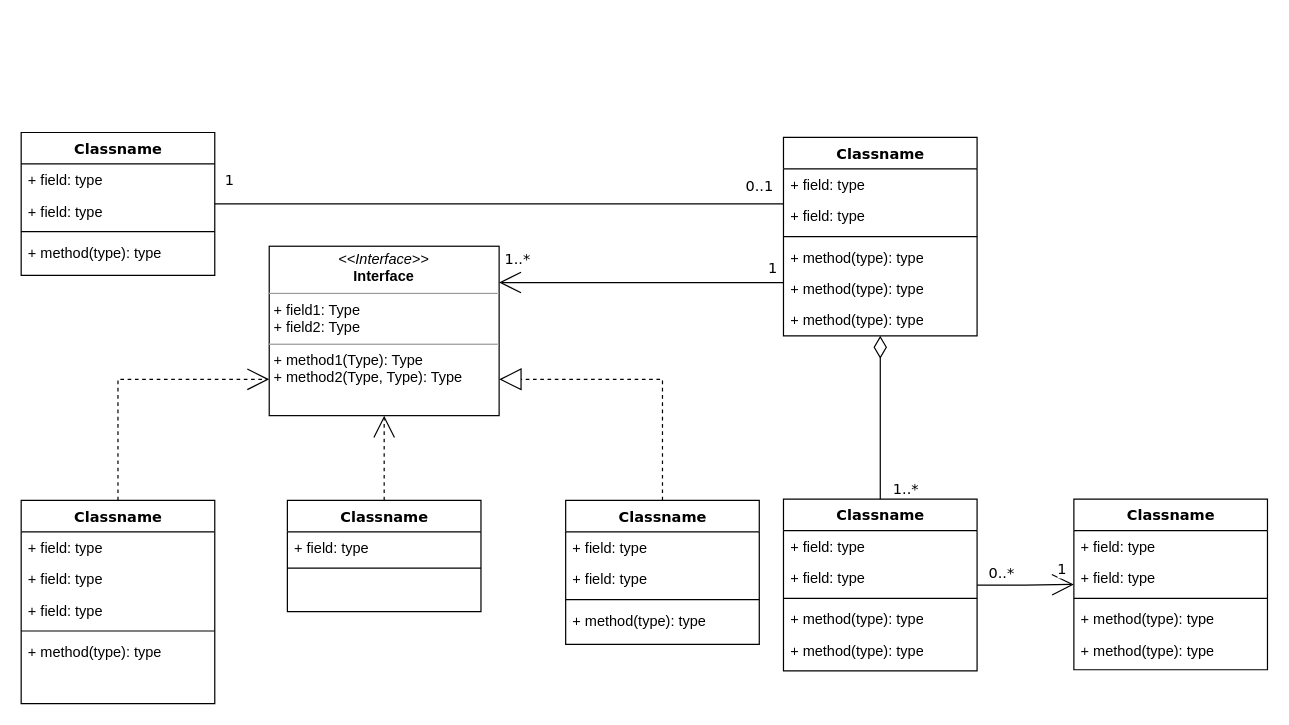
ermessonlima/react360 keeps this draw.io diagram as Untitled Diagmmram.drawio. Above is the earlier version. Source tidied: cells renumbered, new cells numbered last; positions are measured from the earlier drawing's top-left corner, leaving out a move shared by most shapes. Both pictures are drawn from the tidied source at 121%, with x=0, y=0 at pixel (21, 132).
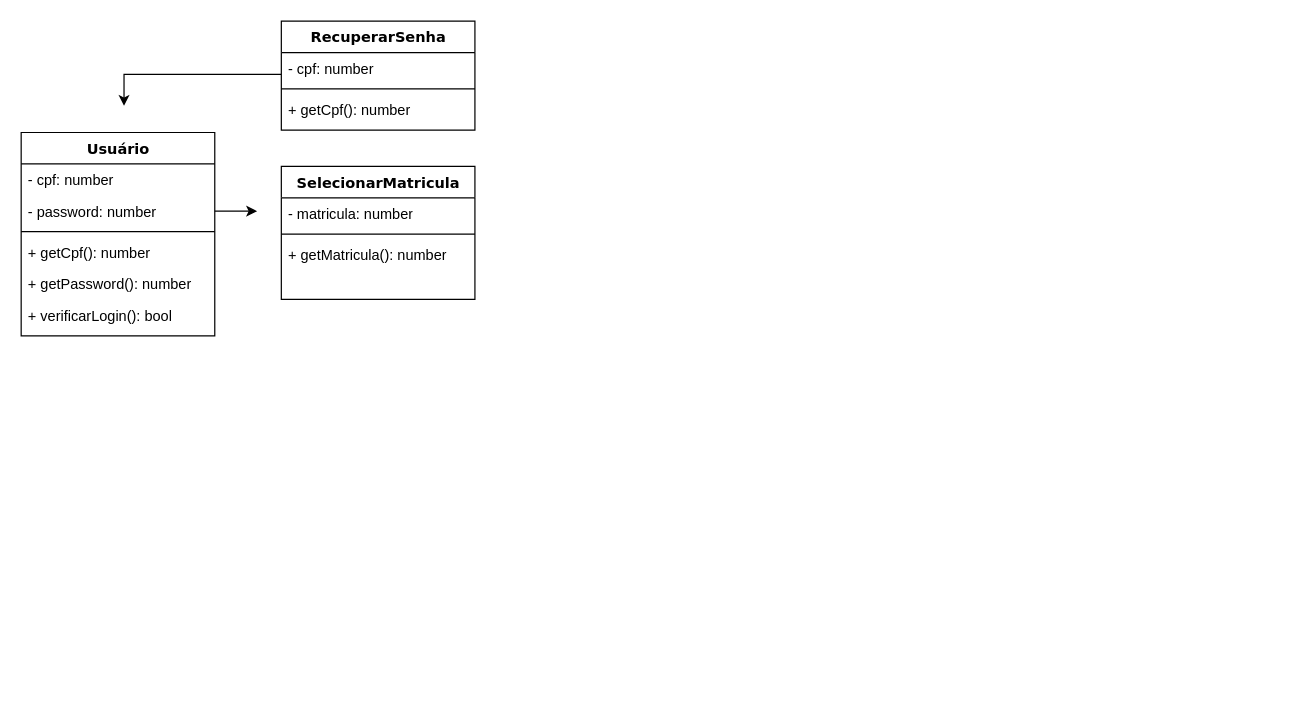
Above is the later version.

What changed in the source:
```diff
@@
-    <mxCell id="2" style="edgeStyle=orthogonalEdgeStyle;rounded=0;html=1;dashed=1;labelBackgroundColor=none;startArrow=none;startFill=0;startSize=8;endArrow=open;endFill=0;endSize=16;fontFamily=Verdana;fontSize=12;" parent="1" edge="1" source="3" target="54">
-      <mxGeometry relative="1" as="geometry">
-        <Array as="points">
-          <mxPoint x="80" y="204" />
-        </Array>
-      </mxGeometry>
-    </mxCell>
-    <mxCell id="3" value="Classname" style="swimlane;html=1;fontStyle=1;align=center;verticalAlign=top;horizontal=1;startSize=26;swimlaneFillColor=#ffffff;rounded=0;shadow=0;comic=0;labelBackgroundColor=none;strokeWidth=1;fillColor=none;fontFamily=Verdana;fontSize=12;" parent="1" vertex="1">
-      <mxGeometry y="304" width="160" height="168" as="geometry" />
-    </mxCell>
-    <mxCell id="4" value="+ field: type" style="text;html=1;strokeColor=none;fillColor=none;align=left;verticalAlign=top;spacingLeft=4;spacingRight=4;whiteSpace=wrap;overflow=hidden;" parent="3" vertex="1">
-      <mxGeometry y="26" width="160" height="26" as="geometry" />
-    </mxCell>
-    <mxCell id="5" value="+ field: type" style="text;html=1;strokeColor=none;fillColor=none;align=left;verticalAlign=top;spacingLeft=4;spacingRight=4;whiteSpace=wrap;overflow=hidden;" parent="3" vertex="1">
-      <mxGeometry y="52" width="160" height="26" as="geometry" />
-    </mxCell>
-    <mxCell id="6" value="+ field: type" style="text;html=1;strokeColor=none;fillColor=none;align=left;verticalAlign=top;spacingLeft=4;spacingRight=4;whiteSpace=wrap;overflow=hidden;" parent="3" vertex="1">
-      <mxGeometry y="78" width="160" height="26" as="geometry" />
-    </mxCell>
-    <mxCell id="7" style="line;html=1;strokeWidth=1;fillColor=none;align=left;verticalAlign=middle;spacingTop=-1;spacingLeft=3;spacingRight=3;labelPosition=right;" parent="3" vertex="1">
-      <mxGeometry y="104" width="160" height="8" as="geometry" />
-    </mxCell>
-    <mxCell id="8" value="+ method(type): type" style="text;html=1;strokeColor=none;fillColor=none;align=left;verticalAlign=top;spacingLeft=4;spacingRight=4;whiteSpace=wrap;overflow=hidden;" parent="3" vertex="1">
-      <mxGeometry y="112" width="160" height="26" as="geometry" />
-    </mxCell>
-    <mxCell id="9" value="Classname" style="swimlane;html=1;fontStyle=1;align=center;verticalAlign=top;horizontal=1;startSize=26;swimlaneFillColor=#ffffff;rounded=0;shadow=0;comic=0;labelBackgroundColor=none;strokeWidth=1;fillColor=none;fontFamily=Verdana;fontSize=12;" parent="1" vertex="1">
-      <mxGeometry width="160" height="118" as="geometry" />
+    <mxCell id="9" value="Usuário" style="swimlane;html=1;fontStyle=1;align=center;verticalAlign=top;horizontal=1;startSize=26;swimlaneFillColor=#ffffff;rounded=0;shadow=0;comic=0;labelBackgroundColor=none;strokeWidth=1;fillColor=none;fontFamily=Verdana;fontSize=12;" parent="1" vertex="1">
+      <mxGeometry width="160" height="168" as="geometry" />
     </mxCell>
-    <mxCell id="10" value="+ field: type" style="text;html=1;strokeColor=none;fillColor=none;align=left;verticalAlign=top;spacingLeft=4;spacingRight=4;whiteSpace=wrap;overflow=hidden;" parent="9" vertex="1">
+    <mxCell id="10" value="- cpf: number" style="text;html=1;strokeColor=none;fillColor=none;align=left;verticalAlign=top;spacingLeft=4;spacingRight=4;whiteSpace=wrap;overflow=hidden;" parent="9" vertex="1">
       <mxGeometry y="26" width="160" height="26" as="geometry" />
     </mxCell>
-    <mxCell id="11" value="+ field: type" style="text;html=1;strokeColor=none;fillColor=none;align=left;verticalAlign=top;spacingLeft=4;spacingRight=4;whiteSpace=wrap;overflow=hidden;points=[[0,0.5],[1,0.5]];portConstraint=eastwest;" parent="9" vertex="1">
+    <mxCell id="11" value="- password: number" style="text;html=1;strokeColor=none;fillColor=none;align=left;verticalAlign=top;spacingLeft=4;spacingRight=4;whiteSpace=wrap;overflow=hidden;points=[[0,0.5],[1,0.5]];portConstraint=eastwest;" parent="9" vertex="1">
       <mxGeometry y="52" width="160" height="26" as="geometry" />
     </mxCell>
@@
-    <mxCell id="13" value="+ method(type): type" style="text;html=1;strokeColor=none;fillColor=none;align=left;verticalAlign=top;spacingLeft=4;spacingRight=4;whiteSpace=wrap;overflow=hidden;" parent="9" vertex="1">
+    <mxCell id="13" value="+ getCpf(): number" style="text;html=1;strokeColor=none;fillColor=none;align=left;verticalAlign=top;spacingLeft=4;spacingRight=4;whiteSpace=wrap;overflow=hidden;" parent="9" vertex="1">
       <mxGeometry y="86" width="160" height="26" as="geometry" />
     </mxCell>
-    <mxCell id="14" style="edgeStyle=orthogonalEdgeStyle;rounded=0;html=1;labelBackgroundColor=none;startArrow=none;startFill=0;startSize=8;endArrow=open;endFill=0;endSize=16;fontFamily=Verdana;fontSize=12;" parent="1" edge="1" source="20" target="54">
-      <mxGeometry relative="1" as="geometry">
-        <Array as="points">
-          <mxPoint x="470" y="124" />
-          <mxPoint x="470" y="124" />
-        </Array>
-      </mxGeometry>
-    </mxCell>
-    <mxCell id="15" value="1..*" style="text;html=1;align=center;verticalAlign=middle;labelBackgroundColor=#ffffff;fontSize=12;fontFamily=Verdana;" parent="14" vertex="1">
-      <mxGeometry x="0.86" y="2" relative="1" as="geometry">
-        <mxPoint x="-2" y="-22" as="offset" />
-      </mxGeometry>
-    </mxCell>
-    <mxCell id="16" value="1" style="text;html=1;align=center;verticalAlign=middle;labelBackgroundColor=#ffffff;fontSize=12;fontFamily=Verdana;" parent="14" vertex="1">
-      <mxGeometry x="0.36" y="152" relative="1" as="geometry">
-        <mxPoint x="150" y="-164" as="offset" />
-      </mxGeometry>
-    </mxCell>
-    <mxCell id="17" style="edgeStyle=orthogonalEdgeStyle;rounded=0;html=1;labelBackgroundColor=none;startArrow=none;startFill=0;startSize=8;endArrow=none;endFill=0;endSize=16;fontFamily=Verdana;fontSize=12;" parent="1" edge="1" source="20" target="9">
-      <mxGeometry relative="1" as="geometry">
-        <Array as="points">
-          <mxPoint x="530" y="59" />
-          <mxPoint x="530" y="59" />
-        </Array>
-      </mxGeometry>
-    </mxCell>
-    <mxCell id="18" value="0..1" style="text;html=1;align=center;verticalAlign=middle;labelBackgroundColor=#ffffff;fontSize=12;fontFamily=Verdana;" parent="17" vertex="1">
-      <mxGeometry x="-0.57" y="-86" relative="1" as="geometry">
-        <mxPoint x="80" y="71" as="offset" />
-      </mxGeometry>
-    </mxCell>
-    <mxCell id="19" value="1" style="text;html=1;align=center;verticalAlign=middle;labelBackgroundColor=#ffffff;fontSize=12;fontFamily=Verdana;" parent="17" vertex="1">
-      <mxGeometry x="0.89" y="-1" relative="1" as="geometry">
-        <mxPoint x="-15" y="-19" as="offset" />
-      </mxGeometry>
-    </mxCell>
+    <mxCell id="55" value="+ getPassword(): number" style="text;html=1;strokeColor=none;fillColor=none;align=left;verticalAlign=top;spacingLeft=4;spacingRight=4;whiteSpace=wrap;overflow=hidden;" parent="9" vertex="1">
+      <mxGeometry y="112" width="160" height="26" as="geometry" />
+    </mxCell>
+    <mxCell id="56" value="+ verificarLogin(): bool" style="text;html=1;strokeColor=none;fillColor=none;align=left;verticalAlign=top;spacingLeft=4;spacingRight=4;whiteSpace=wrap;overflow=hidden;" parent="9" vertex="1">
+      <mxGeometry y="138" width="160" height="26" as="geometry" />
+    </mxCell>
-    <mxCell id="20" value="Classname" style="swimlane;html=1;fontStyle=1;align=center;verticalAlign=top;horizontal=1;startSize=26;swimlaneFillColor=#ffffff;rounded=0;shadow=0;comic=0;labelBackgroundColor=none;strokeWidth=1;fillColor=none;fontFamily=Verdana;fontSize=12;" parent="1" vertex="1">
-      <mxGeometry x="630" y="4" width="160" height="164" as="geometry" />
+    <mxCell id="20" value="SelecionarMatricula" style="swimlane;html=1;fontStyle=1;align=center;verticalAlign=top;horizontal=1;startSize=26;swimlaneFillColor=#ffffff;rounded=0;shadow=0;comic=0;labelBackgroundColor=none;strokeWidth=1;fillColor=none;fontFamily=Verdana;fontSize=12;" parent="1" vertex="1">
+      <mxGeometry x="215" y="28" width="160" height="110" as="geometry" />
     </mxCell>
-    <mxCell id="21" value="+ field: type" style="text;html=1;strokeColor=none;fillColor=none;align=left;verticalAlign=top;spacingLeft=4;spacingRight=4;whiteSpace=wrap;overflow=hidden;" parent="20" vertex="1">
+    <mxCell id="21" value="- matricula: number" style="text;html=1;strokeColor=none;fillColor=none;align=left;verticalAlign=top;spacingLeft=4;spacingRight=4;whiteSpace=wrap;overflow=hidden;" parent="20" vertex="1">
       <mxGeometry y="26" width="160" height="26" as="geometry" />
     </mxCell>
-    <mxCell id="22" value="+ field: type" style="text;html=1;strokeColor=none;fillColor=none;align=left;verticalAlign=top;spacingLeft=4;spacingRight=4;whiteSpace=wrap;overflow=hidden;" parent="20" vertex="1">
-      <mxGeometry y="52" width="160" height="26" as="geometry" />
-    </mxCell>
     <mxCell id="23" style="line;html=1;strokeWidth=1;fillColor=none;align=left;verticalAlign=middle;spacingTop=-1;spacingLeft=3;spacingRight=3;labelPosition=right;" parent="20" vertex="1">
-      <mxGeometry y="78" width="160" height="8" as="geometry" />
+      <mxGeometry y="52" width="160" height="8" as="geometry" />
     </mxCell>
-    <mxCell id="24" value="+ method(type): type" style="text;html=1;strokeColor=none;fillColor=none;align=left;verticalAlign=top;spacingLeft=4;spacingRight=4;whiteSpace=wrap;overflow=hidden;" parent="20" vertex="1">
-      <mxGeometry y="86" width="160" height="26" as="geometry" />
-    </mxCell>
-    <mxCell id="25" value="+ method(type): type" style="text;html=1;strokeColor=none;fillColor=none;align=left;verticalAlign=top;spacingLeft=4;spacingRight=4;whiteSpace=wrap;overflow=hidden;" parent="20" vertex="1">
-      <mxGeometry y="112" width="160" height="26" as="geometry" />
-    </mxCell>
-    <mxCell id="26" value="+ method(type): type" style="text;html=1;strokeColor=none;fillColor=none;align=left;verticalAlign=top;spacingLeft=4;spacingRight=4;whiteSpace=wrap;overflow=hidden;" parent="20" vertex="1">
-      <mxGeometry y="138" width="160" height="26" as="geometry" />
-    </mxCell>
-    <mxCell id="27" style="edgeStyle=orthogonalEdgeStyle;rounded=0;html=1;dashed=1;labelBackgroundColor=none;startArrow=none;startFill=0;startSize=8;endArrow=open;endFill=0;endSize=16;fontFamily=Verdana;fontSize=12;" parent="1" edge="1" source="28" target="54">
-      <mxGeometry relative="1" as="geometry" />
-    </mxCell>
-    <mxCell id="28" value="Classname" style="swimlane;html=1;fontStyle=1;align=center;verticalAlign=top;horizontal=1;startSize=26;swimlaneFillColor=#ffffff;rounded=0;shadow=0;comic=0;labelBackgroundColor=none;strokeWidth=1;fillColor=none;fontFamily=Verdana;fontSize=12;" parent="1" vertex="1">
-      <mxGeometry x="220" y="304" width="160" height="92" as="geometry" />
-    </mxCell>
-    <mxCell id="29" value="+ field: type" style="text;html=1;strokeColor=none;fillColor=none;align=left;verticalAlign=top;spacingLeft=4;spacingRight=4;whiteSpace=wrap;overflow=hidden;" parent="28" vertex="1">
-      <mxGeometry y="26" width="160" height="26" as="geometry" />
-    </mxCell>
+    <mxCell id="57" value="+ getMatricula(): number" style="text;html=1;strokeColor=none;fillColor=none;align=left;verticalAlign=top;spacingLeft=4;spacingRight=4;whiteSpace=wrap;overflow=hidden;" parent="20" vertex="1">
+      <mxGeometry y="60" width="160" height="26" as="geometry" />
+    </mxCell>
+    <mxCell id="58" style="edgeStyle=orthogonalEdgeStyle;rounded=0;jettySize=auto;html=1;" parent="1" edge="1" source="59">
+      <mxGeometry relative="1" as="geometry">
+        <mxPoint x="85" y="-22" as="targetPoint" />
+        <Array as="points">
+          <mxPoint x="85" y="-48" />
+        </Array>
+      </mxGeometry>
+    </mxCell>
+    <mxCell id="59" value="RecuperarSenha" style="swimlane;html=1;fontStyle=1;align=center;verticalAlign=top;horizontal=1;startSize=26;swimlaneFillColor=#ffffff;rounded=0;shadow=0;comic=0;labelBackgroundColor=none;strokeWidth=1;fillColor=none;fontFamily=Verdana;fontSize=12;" parent="1" vertex="1">
+      <mxGeometry x="215" y="-92" width="160" height="90" as="geometry" />
+    </mxCell>
+    <mxCell id="60" value="- cpf: number" style="text;html=1;strokeColor=none;fillColor=none;align=left;verticalAlign=top;spacingLeft=4;spacingRight=4;whiteSpace=wrap;overflow=hidden;" parent="59" vertex="1">
+      <mxGeometry y="26" width="160" height="26" as="geometry" />
+    </mxCell>
-    <mxCell id="30" style="line;html=1;strokeWidth=1;fillColor=none;align=left;verticalAlign=middle;spacingTop=-1;spacingLeft=3;spacingRight=3;labelPosition=right;" parent="28" vertex="1">
+    <mxCell id="30" style="line;html=1;strokeWidth=1;fillColor=none;align=left;verticalAlign=middle;spacingTop=-1;spacingLeft=3;spacingRight=3;labelPosition=right;" parent="59" vertex="1">
       <mxGeometry y="52" width="160" height="8" as="geometry" />
     </mxCell>
-    <mxCell id="31" style="edgeStyle=orthogonalEdgeStyle;rounded=0;html=1;labelBackgroundColor=none;startArrow=none;startFill=0;startSize=8;endArrow=diamondThin;endFill=0;endSize=16;fontFamily=Verdana;fontSize=12;" parent="1" edge="1" source="36" target="20">
-      <mxGeometry relative="1" as="geometry" />
-    </mxCell>
-    <mxCell id="32" value="1..*" style="text;html=1;align=center;verticalAlign=middle;labelBackgroundColor=#ffffff;fontSize=12;fontFamily=Verdana;" parent="31" vertex="1">
-      <mxGeometry x="-0.85" y="-1" relative="1" as="geometry">
-        <mxPoint x="19" y="1" as="offset" />
-      </mxGeometry>
-    </mxCell>
-    <mxCell id="33" style="edgeStyle=orthogonalEdgeStyle;rounded=0;html=1;labelBackgroundColor=none;startArrow=none;startFill=0;startSize=8;endArrow=open;endFill=0;endSize=16;fontFamily=Verdana;fontSize=12;" parent="1" edge="1" source="36" target="42">
-      <mxGeometry relative="1" as="geometry" />
-    </mxCell>
-    <mxCell id="34" value="0..*" style="text;html=1;align=center;verticalAlign=middle;labelBackgroundColor=#ffffff;fontSize=12;fontFamily=Verdana;" parent="33" vertex="1">
-      <mxGeometry x="-0.79" relative="1" as="geometry">
-        <mxPoint x="11" y="-10" as="offset" />
-      </mxGeometry>
-    </mxCell>
-    <mxCell id="35" value="1" style="text;html=1;align=center;verticalAlign=middle;labelBackgroundColor=#ffffff;fontSize=12;fontFamily=Verdana;" parent="33" vertex="1">
-      <mxGeometry x="0.7" y="1" relative="1" as="geometry">
-        <mxPoint x="2" y="-12" as="offset" />
-      </mxGeometry>
-    </mxCell>
-    <mxCell id="36" value="Classname" style="swimlane;html=1;fontStyle=1;align=center;verticalAlign=top;horizontal=1;startSize=26;swimlaneFillColor=#ffffff;rounded=0;shadow=0;comic=0;labelBackgroundColor=none;strokeWidth=1;fillColor=none;fontFamily=Verdana;fontSize=12;" parent="1" vertex="1">
-      <mxGeometry x="630" y="303" width="160" height="142" as="geometry" />
-    </mxCell>
-    <mxCell id="37" value="+ field: type" style="text;html=1;strokeColor=none;fillColor=none;align=left;verticalAlign=top;spacingLeft=4;spacingRight=4;whiteSpace=wrap;overflow=hidden;" parent="36" vertex="1">
-      <mxGeometry y="26" width="160" height="26" as="geometry" />
-    </mxCell>
-    <mxCell id="38" value="+ field: type" style="text;html=1;strokeColor=none;fillColor=none;align=left;verticalAlign=top;spacingLeft=4;spacingRight=4;whiteSpace=wrap;overflow=hidden;" parent="36" vertex="1">
-      <mxGeometry y="52" width="160" height="26" as="geometry" />
-    </mxCell>
-    <mxCell id="39" style="line;html=1;strokeWidth=1;fillColor=none;align=left;verticalAlign=middle;spacingTop=-1;spacingLeft=3;spacingRight=3;labelPosition=right;" parent="36" vertex="1">
-      <mxGeometry y="78" width="160" height="8" as="geometry" />
-    </mxCell>
-    <mxCell id="40" value="+ method(type): type" style="text;html=1;strokeColor=none;fillColor=none;align=left;verticalAlign=top;spacingLeft=4;spacingRight=4;whiteSpace=wrap;overflow=hidden;" parent="36" vertex="1">
-      <mxGeometry y="86" width="160" height="26" as="geometry" />
-    </mxCell>
-    <mxCell id="41" value="+ method(type): type" style="text;html=1;strokeColor=none;fillColor=none;align=left;verticalAlign=top;spacingLeft=4;spacingRight=4;whiteSpace=wrap;overflow=hidden;" parent="36" vertex="1">
-      <mxGeometry y="112" width="160" height="26" as="geometry" />
-    </mxCell>
-    <mxCell id="42" value="Classname" style="swimlane;html=1;fontStyle=1;align=center;verticalAlign=top;horizontal=1;startSize=26;swimlaneFillColor=#ffffff;rounded=0;shadow=0;comic=0;labelBackgroundColor=none;strokeWidth=1;fillColor=none;fontFamily=Verdana;fontSize=12;" parent="1" vertex="1">
-      <mxGeometry x="870" y="303" width="160" height="141" as="geometry" />
-    </mxCell>
-    <mxCell id="43" value="+ field: type" style="text;html=1;strokeColor=none;fillColor=none;align=left;verticalAlign=top;spacingLeft=4;spacingRight=4;whiteSpace=wrap;overflow=hidden;" parent="42" vertex="1">
-      <mxGeometry y="26" width="160" height="26" as="geometry" />
-    </mxCell>
-    <mxCell id="44" value="+ field: type" style="text;html=1;strokeColor=none;fillColor=none;align=left;verticalAlign=top;spacingLeft=4;spacingRight=4;whiteSpace=wrap;overflow=hidden;" parent="42" vertex="1">
-      <mxGeometry y="52" width="160" height="26" as="geometry" />
-    </mxCell>
-    <mxCell id="45" style="line;html=1;strokeWidth=1;fillColor=none;align=left;verticalAlign=middle;spacingTop=-1;spacingLeft=3;spacingRight=3;labelPosition=right;" parent="42" vertex="1">
-      <mxGeometry y="78" width="160" height="8" as="geometry" />
-    </mxCell>
-    <mxCell id="46" value="+ method(type): type" style="text;html=1;strokeColor=none;fillColor=none;align=left;verticalAlign=top;spacingLeft=4;spacingRight=4;whiteSpace=wrap;overflow=hidden;" parent="42" vertex="1">
-      <mxGeometry y="86" width="160" height="26" as="geometry" />
-    </mxCell>
-    <mxCell id="47" value="+ method(type): type" style="text;html=1;strokeColor=none;fillColor=none;align=left;verticalAlign=top;spacingLeft=4;spacingRight=4;whiteSpace=wrap;overflow=hidden;" parent="42" vertex="1">
-      <mxGeometry y="112" width="160" height="26" as="geometry" />
-    </mxCell>
-    <mxCell id="48" style="edgeStyle=orthogonalEdgeStyle;rounded=0;html=1;dashed=1;labelBackgroundColor=none;startArrow=none;startFill=0;startSize=8;endArrow=block;endFill=0;endSize=16;fontFamily=Verdana;fontSize=12;" parent="1" edge="1" source="49" target="54">
-      <mxGeometry relative="1" as="geometry">
-        <Array as="points">
-          <mxPoint x="530" y="204" />
-        </Array>
-      </mxGeometry>
-    </mxCell>
-    <mxCell id="49" value="Classname" style="swimlane;html=1;fontStyle=1;align=center;verticalAlign=top;horizontal=1;startSize=26;swimlaneFillColor=#ffffff;rounded=0;shadow=0;comic=0;labelBackgroundColor=none;strokeWidth=1;fillColor=none;fontFamily=Verdana;fontSize=12;" parent="1" vertex="1">
-      <mxGeometry x="450" y="304" width="160" height="119" as="geometry" />
-    </mxCell>
-    <mxCell id="50" value="+ field: type" style="text;html=1;strokeColor=none;fillColor=none;align=left;verticalAlign=top;spacingLeft=4;spacingRight=4;whiteSpace=wrap;overflow=hidden;" parent="49" vertex="1">
-      <mxGeometry y="26" width="160" height="26" as="geometry" />
-    </mxCell>
-    <mxCell id="51" value="+ field: type" style="text;html=1;strokeColor=none;fillColor=none;align=left;verticalAlign=top;spacingLeft=4;spacingRight=4;whiteSpace=wrap;overflow=hidden;" parent="49" vertex="1">
-      <mxGeometry y="52" width="160" height="26" as="geometry" />
-    </mxCell>
-    <mxCell id="52" style="line;html=1;strokeWidth=1;fillColor=none;align=left;verticalAlign=middle;spacingTop=-1;spacingLeft=3;spacingRight=3;labelPosition=right;" parent="49" vertex="1">
-      <mxGeometry y="78" width="160" height="8" as="geometry" />
-    </mxCell>
-    <mxCell id="53" value="+ method(type): type" style="text;html=1;strokeColor=none;fillColor=none;align=left;verticalAlign=top;spacingLeft=4;spacingRight=4;whiteSpace=wrap;overflow=hidden;" parent="49" vertex="1">
-      <mxGeometry y="86" width="160" height="26" as="geometry" />
-    </mxCell>
-    <mxCell id="54" value="&lt;p style=&quot;margin:0px;margin-top:4px;text-align:center;&quot;&gt;&lt;i&gt;&amp;lt;&amp;lt;Interface&amp;gt;&amp;gt;&lt;/i&gt;&lt;br/&gt;&lt;b&gt;Interface&lt;/b&gt;&lt;/p&gt;&lt;hr size=&quot;1&quot;/&gt;&lt;p style=&quot;margin:0px;margin-left:4px;&quot;&gt;+ field1: Type&lt;br/&gt;+ field2: Type&lt;/p&gt;&lt;hr size=&quot;1&quot;/&gt;&lt;p style=&quot;margin:0px;margin-left:4px;&quot;&gt;+ method1(Type): Type&lt;br/&gt;+ method2(Type, Type): Type&lt;/p&gt;" style="verticalAlign=top;align=left;overflow=fill;fontSize=12;fontFamily=Helvetica;html=1;rounded=0;shadow=0;comic=0;labelBackgroundColor=none;strokeWidth=1;" parent="1" vertex="1">
-      <mxGeometry x="205" y="94" width="190" height="140" as="geometry" />
-    </mxCell>
+    <mxCell id="61" value="+ getCpf(): number" style="text;html=1;strokeColor=none;fillColor=none;align=left;verticalAlign=top;spacingLeft=4;spacingRight=4;whiteSpace=wrap;overflow=hidden;" parent="59" vertex="1">
+      <mxGeometry y="60" width="160" height="26" as="geometry" />
+    </mxCell>
+    <mxCell id="62" style="edgeStyle=orthogonalEdgeStyle;rounded=0;jettySize=auto;html=1;" parent="1" edge="1" source="11">
+      <mxGeometry relative="1" as="geometry">
+        <mxPoint x="195" y="65" as="targetPoint" />
+      </mxGeometry>
+    </mxCell>
```
